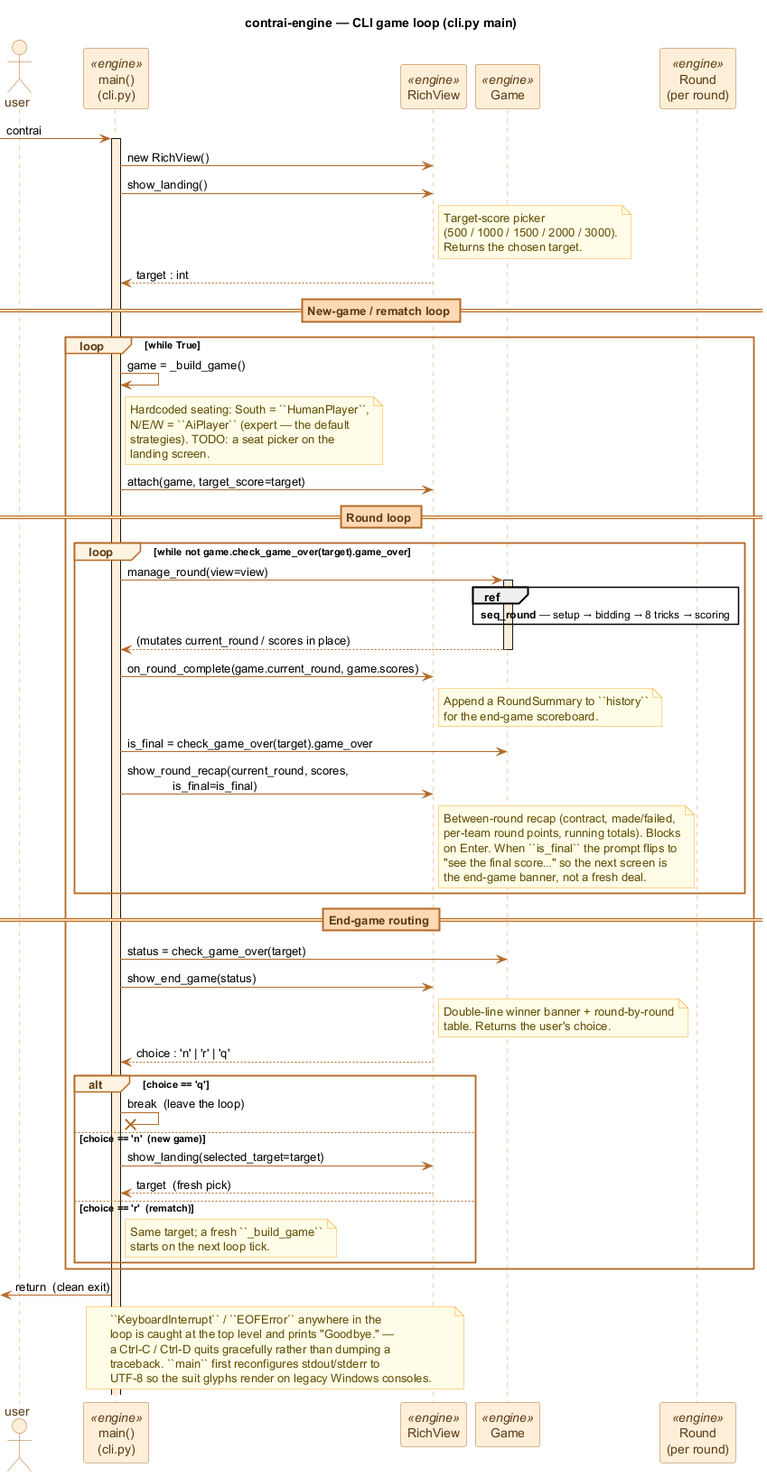
valmathieu/ContrAI keeps this PlantUML diagram as docs/diagrams/seq_cli.png. Above is the earlier version.
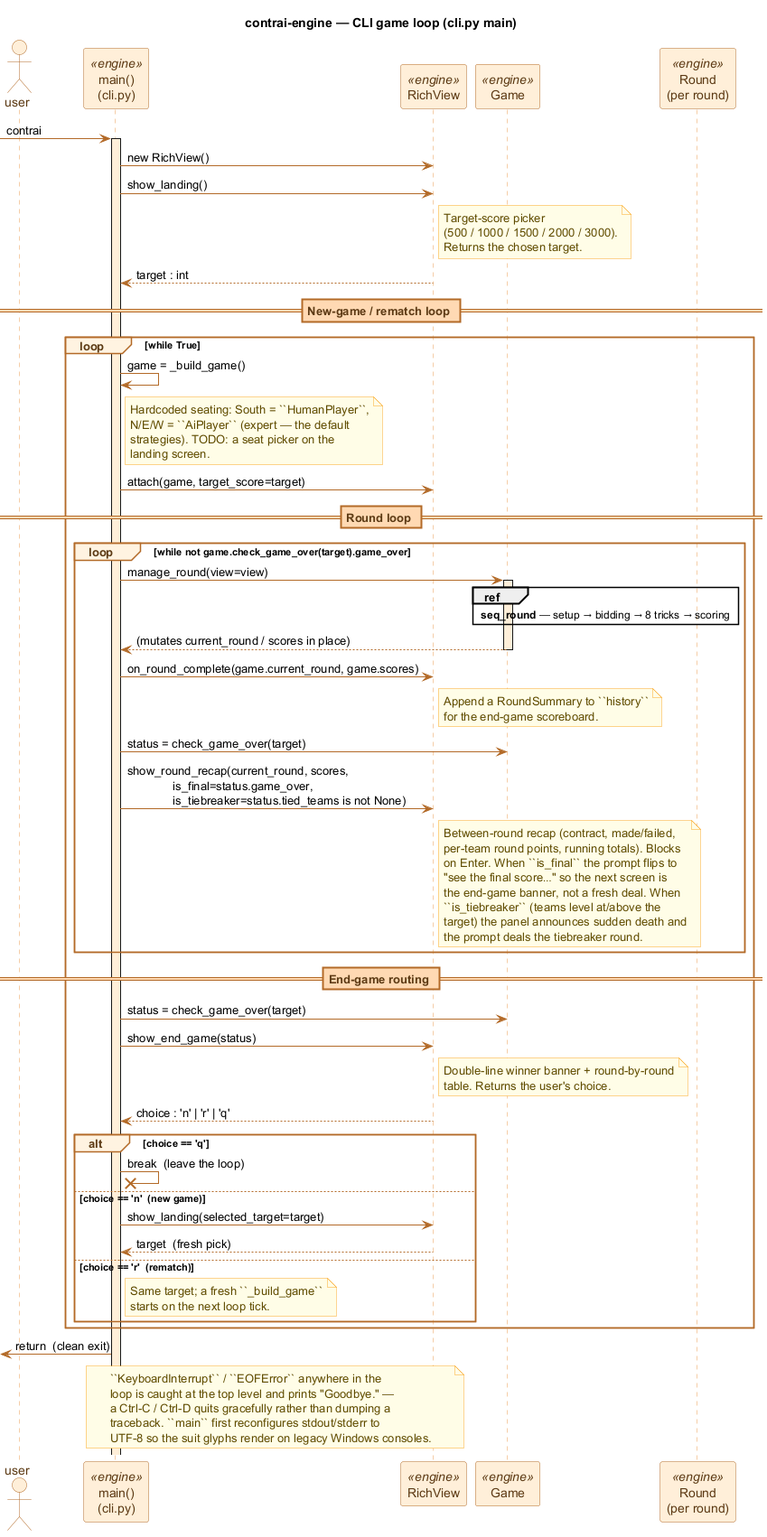
The same diagram one commit later.

What changed in the source:
```diff
@@ -72,14 +72,17 @@
           for the end-game scoreboard.
         end note
 
-        M -> G : is_final = check_game_over(target).game_over
-        M -> V : show_round_recap(current_round, scores,\n              is_final=is_final)
+        M -> G : status = check_game_over(target)
+        M -> V : show_round_recap(current_round, scores,\n              is_final=status.game_over,\n              is_tiebreaker=status.tied_teams is not None)
         note right of V
           Between-round recap (contract, made/failed,
           per-team round points, running totals). Blocks
           on Enter. When ``is_final`` the prompt flips to
           "see the final score…" so the next screen is
-          the end-game banner, not a fresh deal.
+          the end-game banner, not a fresh deal. When
+          ``is_tiebreaker`` (teams level at/above the
+          target) the panel announces sudden death and
+          the prompt deals the tiebreaker round.
         end note
     end
 
```
